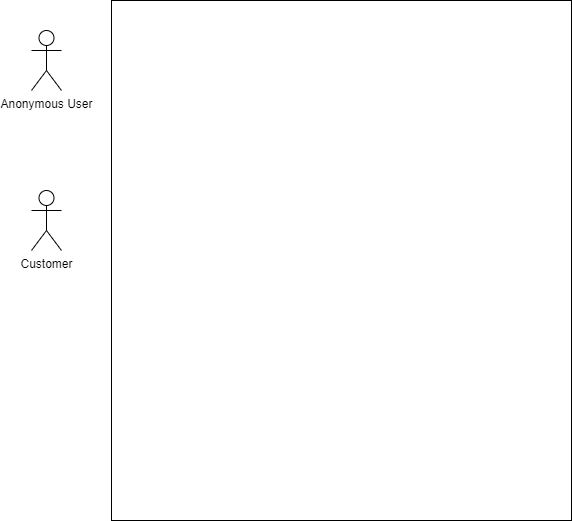
This is use-cases/use-cases.drawio.png from Humteria/booking-hive, a draw.io export, as it was before one commit. Source tidied: cells renumbered, new cells last; positions are measured from the earlier drawing's top-left corner, leaving out a move shared by most shapes.
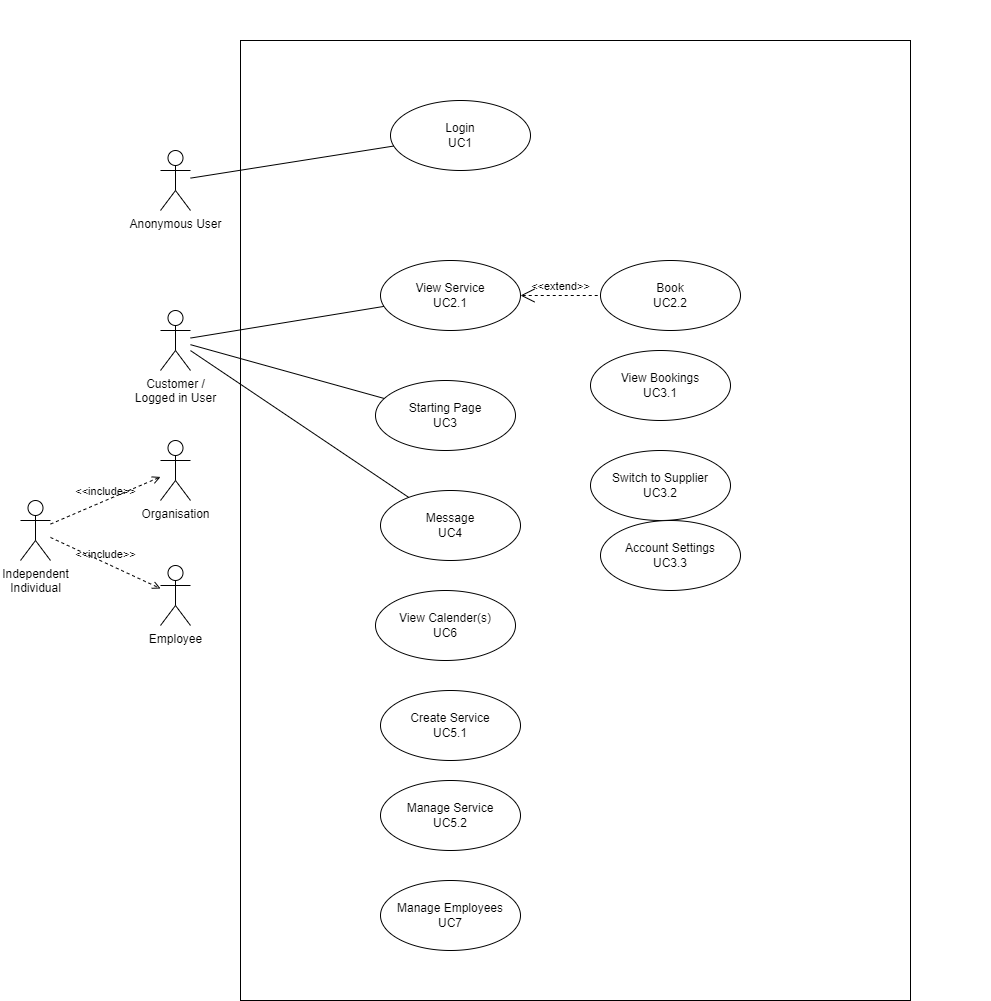
After the commit.

Commit message:
Update use-case diagram

The edit, as a diff of the source:
```diff
@@ -2,14 +2,83 @@
   <root>
     <mxCell id="0" />
     <mxCell id="1" parent="0" />
+    <mxCell id="5" style="rounded=0;whiteSpace=wrap;html=1;strokeColor=none;" parent="1" vertex="1">
+      <mxGeometry x="-160" y="-120" width="990" height="910" as="geometry" />
+    </mxCell>
     <mxCell id="2" style="rounded=0;whiteSpace=wrap;html=1;" parent="1" vertex="1">
-      <mxGeometry x="80" width="460" height="520" as="geometry" />
+      <mxGeometry x="80" y="-80" width="670" height="960" as="geometry" />
     </mxCell>
     <mxCell id="3" value="Anonymous User" style="shape=umlActor;verticalLabelPosition=bottom;verticalAlign=top;html=1;outlineConnect=0;" parent="1" vertex="1">
       <mxGeometry y="30" width="30" height="60" as="geometry" />
     </mxCell>
-    <mxCell id="4" value="Customer" style="shape=umlActor;verticalLabelPosition=bottom;verticalAlign=top;html=1;outlineConnect=0;" parent="1" vertex="1">
+    <mxCell id="4" value="Customer /&lt;br&gt;Logged in User" style="shape=umlActor;verticalLabelPosition=bottom;verticalAlign=top;html=1;outlineConnect=0;" parent="1" vertex="1">
       <mxGeometry y="190" width="30" height="60" as="geometry" />
     </mxCell>
+    <mxCell id="6" value="Organisation" style="shape=umlActor;verticalLabelPosition=bottom;verticalAlign=top;html=1;outlineConnect=0;" parent="1" vertex="1">
+      <mxGeometry y="320" width="30" height="60" as="geometry" />
+    </mxCell>
+    <mxCell id="7" value="Independent&lt;br&gt;Individual" style="shape=umlActor;verticalLabelPosition=bottom;verticalAlign=top;html=1;outlineConnect=0;" parent="1" vertex="1">
+      <mxGeometry x="-140" y="380" width="30" height="60" as="geometry" />
+    </mxCell>
+    <mxCell id="8" value="Employee" style="shape=umlActor;verticalLabelPosition=bottom;verticalAlign=top;html=1;outlineConnect=0;" parent="1" vertex="1">
+      <mxGeometry y="445" width="30" height="60" as="geometry" />
+    </mxCell>
+    <mxCell id="9" value="Login&lt;br&gt;UC1" style="ellipse;whiteSpace=wrap;html=1;" parent="1" vertex="1">
+      <mxGeometry x="230" y="-20" width="140" height="70" as="geometry" />
+    </mxCell>
+    <mxCell id="10" value="View Service&lt;br&gt;UC2.1" style="ellipse;whiteSpace=wrap;html=1;" parent="1" vertex="1">
+      <mxGeometry x="220" y="140" width="140" height="70" as="geometry" />
+    </mxCell>
+    <mxCell id="11" value="Book&lt;br&gt;UC2.2" style="ellipse;whiteSpace=wrap;html=1;" parent="1" vertex="1">
+      <mxGeometry x="440" y="140" width="140" height="70" as="geometry" />
+    </mxCell>
+    <mxCell id="12" value="&amp;lt;&amp;lt;extend&amp;gt;&amp;gt;" style="edgeStyle=none;html=1;startArrow=open;endArrow=none;startSize=12;verticalAlign=bottom;dashed=1;labelBackgroundColor=none;" parent="1" edge="1" source="10" target="11">
+      <mxGeometry relative="1" as="geometry" />
+    </mxCell>
+    <mxCell id="13" style="edgeStyle=none;html=1;endArrow=none;verticalAlign=bottom;" parent="1" edge="1" source="3" target="9">
+      <mxGeometry relative="1" as="geometry" />
+    </mxCell>
+    <mxCell id="14" style="edgeStyle=none;html=1;endArrow=none;verticalAlign=bottom;" parent="1" edge="1" source="4" target="10">
+      <mxGeometry relative="1" as="geometry" />
+    </mxCell>
+    <mxCell id="15" value="Starting Page&lt;br&gt;UC3" style="ellipse;whiteSpace=wrap;html=1;" parent="1" vertex="1">
+      <mxGeometry x="215" y="260" width="140" height="70" as="geometry" />
+    </mxCell>
+    <mxCell id="16" value="View Bookings&lt;br&gt;UC3.1" style="ellipse;whiteSpace=wrap;html=1;" parent="1" vertex="1">
+      <mxGeometry x="430" y="230" width="140" height="70" as="geometry" />
+    </mxCell>
+    <mxCell id="17" value="Switch to Supplier&lt;br&gt;UC3.2" style="ellipse;whiteSpace=wrap;html=1;" parent="1" vertex="1">
+      <mxGeometry x="430" y="330" width="140" height="70" as="geometry" />
+    </mxCell>
+    <mxCell id="18" value="Account Settings&lt;br&gt;UC3.3" style="ellipse;whiteSpace=wrap;html=1;" parent="1" vertex="1">
+      <mxGeometry x="440" y="400" width="140" height="70" as="geometry" />
+    </mxCell>
+    <mxCell id="19" value="Message&lt;br&gt;UC4" style="ellipse;whiteSpace=wrap;html=1;" parent="1" vertex="1">
+      <mxGeometry x="220" y="370" width="140" height="70" as="geometry" />
+    </mxCell>
+    <mxCell id="20" style="edgeStyle=none;html=1;endArrow=none;verticalAlign=bottom;" parent="1" edge="1" source="4" target="19">
+      <mxGeometry relative="1" as="geometry" />
+    </mxCell>
+    <mxCell id="21" value="&amp;lt;&amp;lt;include&amp;gt;&amp;gt;" style="edgeStyle=none;html=1;endArrow=open;verticalAlign=bottom;dashed=1;labelBackgroundColor=none;" parent="1" edge="1" source="7" target="6">
+      <mxGeometry relative="1" as="geometry" />
+    </mxCell>
+    <mxCell id="22" value="&amp;lt;&amp;lt;include&amp;gt;&amp;gt;" style="edgeStyle=none;html=1;endArrow=open;verticalAlign=bottom;dashed=1;labelBackgroundColor=none;" parent="1" edge="1" source="7" target="8">
+      <mxGeometry relative="1" as="geometry" />
+    </mxCell>
+    <mxCell id="23" style="edgeStyle=none;html=1;endArrow=none;verticalAlign=bottom;" parent="1" edge="1" source="4" target="15">
+      <mxGeometry relative="1" as="geometry" />
+    </mxCell>
+    <mxCell id="24" value="Create Service&lt;br&gt;UC5.1" style="ellipse;whiteSpace=wrap;html=1;" parent="1" vertex="1">
+      <mxGeometry x="220" y="570" width="140" height="70" as="geometry" />
+    </mxCell>
+    <mxCell id="25" value="Manage Service&lt;br&gt;UC5.2" style="ellipse;whiteSpace=wrap;html=1;" parent="1" vertex="1">
+      <mxGeometry x="220" y="660" width="140" height="70" as="geometry" />
+    </mxCell>
+    <mxCell id="26" value="View Calender(s)&lt;br&gt;UC6" style="ellipse;whiteSpace=wrap;html=1;" parent="1" vertex="1">
+      <mxGeometry x="215" y="470" width="140" height="70" as="geometry" />
+    </mxCell>
+    <mxCell id="27" value="Manage Employees&lt;br&gt;UC7" style="ellipse;whiteSpace=wrap;html=1;" parent="1" vertex="1">
+      <mxGeometry x="220" y="760" width="140" height="70" as="geometry" />
+    </mxCell>
   </root>
 </mxGraphModel>
```
